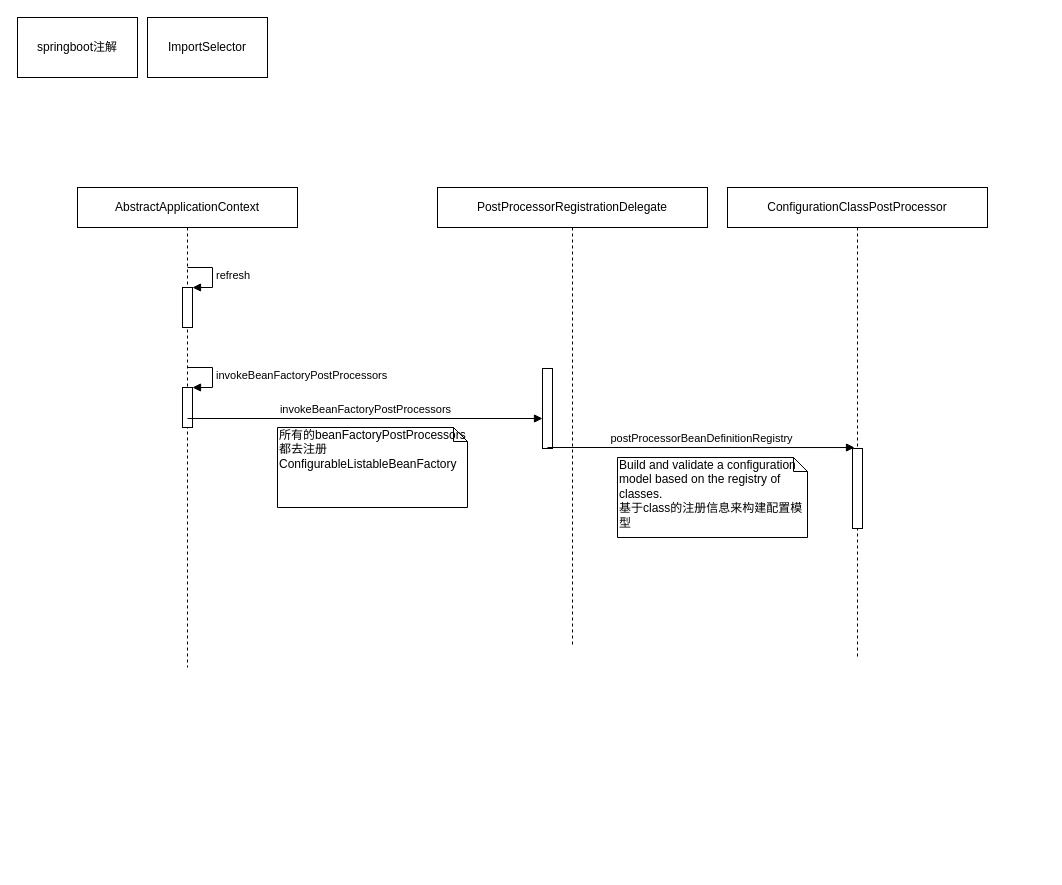
This is springboot.drawio from Cocozc/UML, a draw.io file, before an edit. Source tidied: cells renumbered, new cells numbered last; positions are measured from the earlier drawing's top-left corner, leaving out a move shared by most shapes. Both pictures are drawn from the tidied source at 100%, with x=0, y=0 at pixel (17, 17).
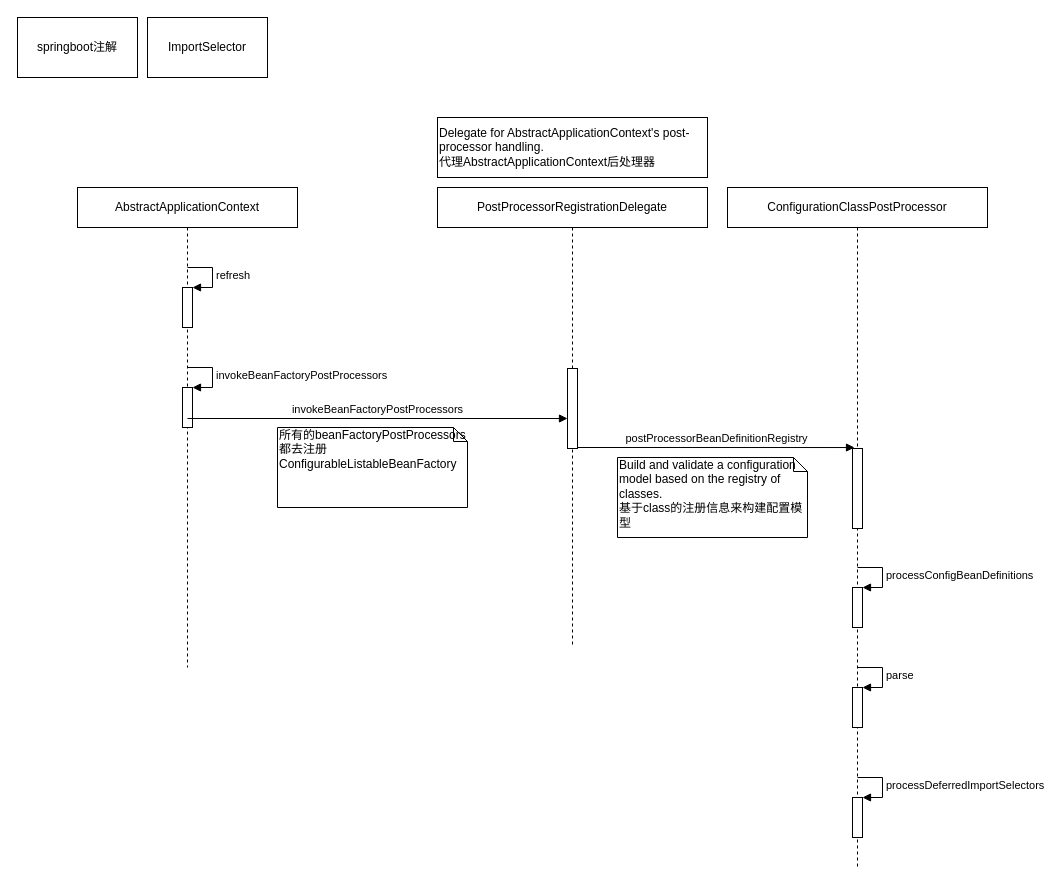
After the change.

Unchanged cells that the change refers to:
```xml
<mxCell id="3" value="AbstractApplicationContext" style="shape=umlLifeline;perimeter=lifelinePerimeter;whiteSpace=wrap;html=1;" parent="1" vertex="1">
  <mxGeometry x="60" y="170" width="220" height="480" as="geometry" />
</mxCell>
<mxCell id="10" value="PostProcessorRegistrationDelegate" style="shape=umlLifeline;perimeter=lifelinePerimeter;whiteSpace=wrap;html=1;" parent="1" vertex="1">
  <mxGeometry x="420" y="170" width="270" height="460" as="geometry" />
</mxCell>
<mxCell id="15" style="html=1;points=[];perimeter=orthogonalPerimeter;" parent="14" vertex="1">
  <mxGeometry x="125" y="261" width="10" height="80" as="geometry" />
</mxCell>
```

Diff of the diagram source:
```diff
@@
-    <mxCell id="8" value="invokeBeanFactoryPostProcessors" style="html=1;verticalAlign=bottom;endArrow=block;" parent="3" edge="1" target="11">
+    <mxCell id="8" value="invokeBeanFactoryPostProcessors" style="html=1;verticalAlign=bottom;endArrow=block;" parent="3" edge="1" target="17">
       <mxGeometry relative="1" as="geometry">
         <mxPoint x="110" y="231" as="sourcePoint" />
       </mxGeometry>
     </mxCell>
@@
-    <mxCell id="11" style="html=1;points=[];perimeter=orthogonalPerimeter;" parent="10" vertex="1">
-      <mxGeometry x="105" y="181" width="10" height="80" as="geometry" />
-    </mxCell>
+    <mxCell id="17" style="html=1;points=[];perimeter=orthogonalPerimeter;" parent="10" vertex="1">
+      <mxGeometry x="130" y="181" width="10" height="80" as="geometry" />
+    </mxCell>
     <mxCell id="12" value="postProcessorBeanDefinitionRegistry" style="html=1;verticalAlign=bottom;endArrow=block;entryX=0.2;entryY=-0.012;entryDx=0;entryDy=0;entryPerimeter=0;" parent="10" edge="1" target="15">
       <mxGeometry relative="1" as="geometry">
-        <mxPoint x="110" y="260" as="sourcePoint" />
+        <mxPoint x="140" y="260" as="sourcePoint" />
       </mxGeometry>
     </mxCell>
@@
     <mxCell id="14" value="ConfigurationClassPostProcessor" style="shape=umlLifeline;perimeter=lifelinePerimeter;whiteSpace=wrap;html=1;" parent="1" vertex="1">
-      <mxGeometry x="710" y="170" width="260" height="470" as="geometry" />
+      <mxGeometry x="710" y="170" width="260" height="680" as="geometry" />
     </mxCell>
@@
+    <mxCell id="18" style="html=1;points=[];perimeter=orthogonalPerimeter;" parent="14" vertex="1">
+      <mxGeometry x="125" y="400" width="10" height="40" as="geometry" />
+    </mxCell>
+    <mxCell id="19" value="processConfigBeanDefinitions" style="edgeStyle=orthogonalEdgeStyle;html=1;align=left;spacingLeft=2;endArrow=block;rounded=0;entryX=1;entryY=0;" parent="14" edge="1" target="18">
+      <mxGeometry relative="1" as="geometry">
+        <mxPoint x="130" y="380" as="sourcePoint" />
+        <Array as="points">
+          <mxPoint x="155" y="380" />
+        </Array>
+      </mxGeometry>
+    </mxCell>
+    <mxCell id="20" style="html=1;points=[];perimeter=orthogonalPerimeter;" parent="14" vertex="1">
+      <mxGeometry x="125" y="500" width="10" height="40" as="geometry" />
+    </mxCell>
+    <mxCell id="21" value="parse" style="edgeStyle=orthogonalEdgeStyle;html=1;align=left;spacingLeft=2;endArrow=block;rounded=0;entryX=1;entryY=0;" parent="14" edge="1" target="20">
+      <mxGeometry relative="1" as="geometry">
+        <mxPoint x="130" y="480" as="sourcePoint" />
+        <Array as="points">
+          <mxPoint x="155" y="480" />
+        </Array>
+      </mxGeometry>
+    </mxCell>
+    <mxCell id="22" style="html=1;points=[];perimeter=orthogonalPerimeter;" parent="14" vertex="1">
+      <mxGeometry x="125" y="610" width="10" height="40" as="geometry" />
+    </mxCell>
+    <mxCell id="23" value="processDeferredImportSelectors" style="edgeStyle=orthogonalEdgeStyle;html=1;align=left;spacingLeft=2;endArrow=block;rounded=0;entryX=1;entryY=0;" parent="14" edge="1" target="22">
+      <mxGeometry relative="1" as="geometry">
+        <mxPoint x="130" y="590" as="sourcePoint" />
+        <Array as="points">
+          <mxPoint x="155" y="590" />
+        </Array>
+      </mxGeometry>
+    </mxCell>
@@
+    <mxCell id="24" value="Delegate for AbstractApplicationContext's post-processor handling.&lt;br&gt;代理AbstractApplicationContext后处理器" style="rounded=0;whiteSpace=wrap;html=1;align=left;" parent="1" vertex="1">
+      <mxGeometry x="420" y="100" width="270" height="60" as="geometry" />
+    </mxCell>
```
